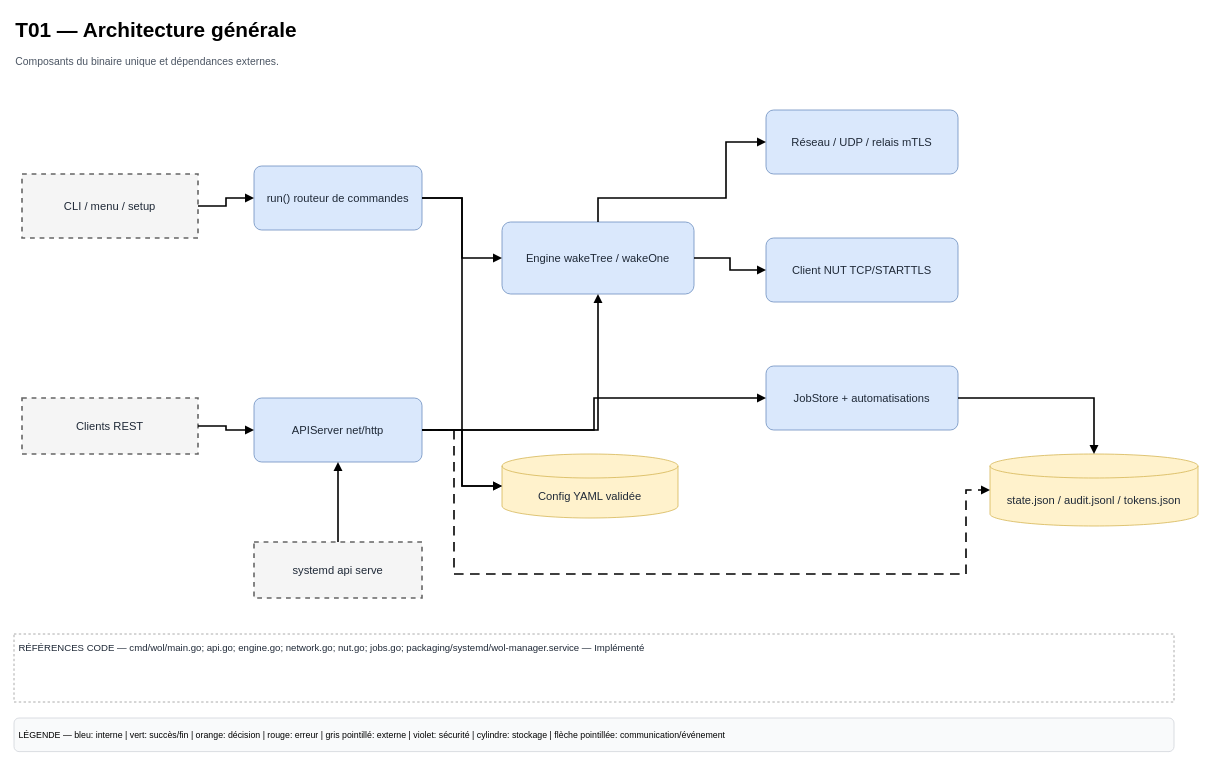
Above: page "T01 — Architecture générale" (1 of 18) of docs/diagrams/WoL-Manager-Technique.drawio in HaasGa-Factory/WOL-Manager (draw.io), before the change. Source tidied: cells renumbered, new cells numbered last; positions are measured from the earlier drawing's top-left corner, leaving out a move shared by most shapes. Both pictures are drawn from the tidied source at 80%, with x=0, y=0 at pixel (14, 14).
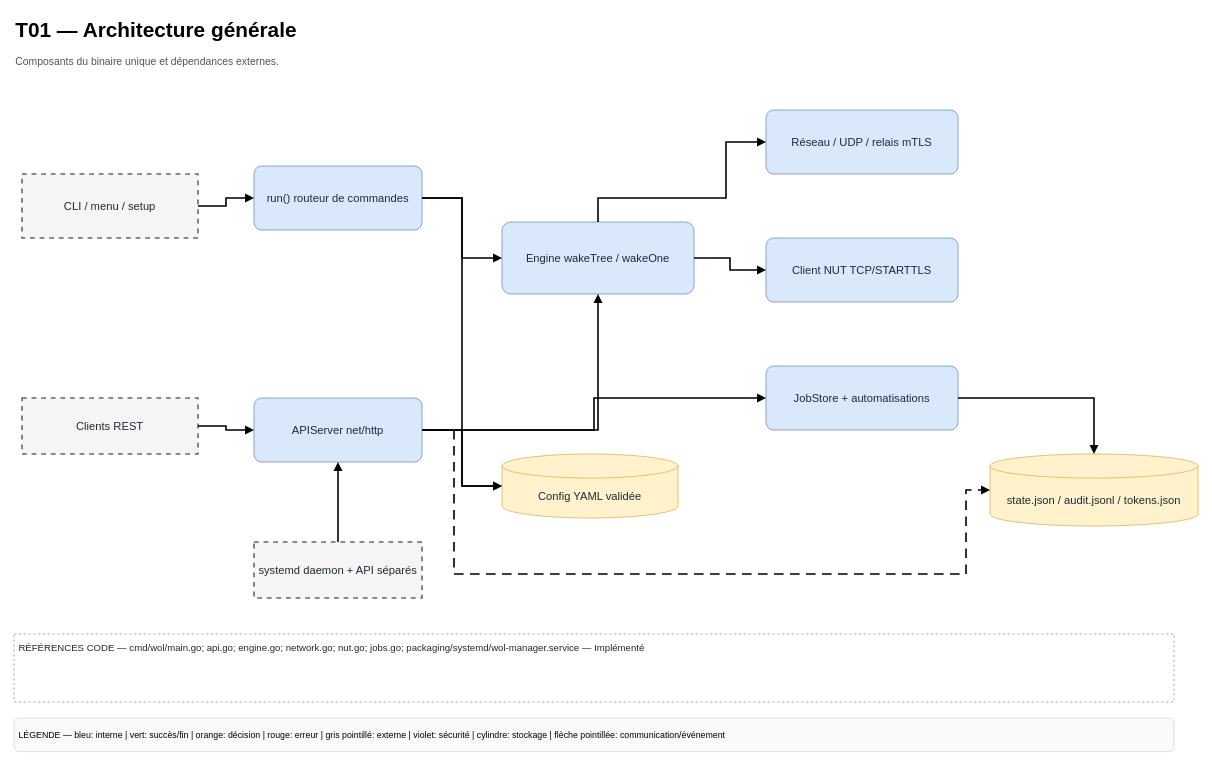
After the change.

Diff of the diagram source:
```diff
@@
-    <mxCell id="16" value="systemd&amp;#xa;api serve" style="whiteSpace=wrap;html=1;fillColor=#f5f5f5;strokeColor=#666666;fontSize=14;fontColor=#1f2937;align=center;verticalAlign=middle;spacing=6;shadow=0;rounded=0;strokeWidth=2;dashed=1;" parent="1" vertex="1">
+    <mxCell id="16" value="systemd&amp;#xa;daemon + API séparés" style="whiteSpace=wrap;html=1;fillColor=#f5f5f5;strokeColor=#666666;fontSize=14;fontColor=#1f2937;align=center;verticalAlign=middle;spacing=6;shadow=0;rounded=0;strokeWidth=2;dashed=1;" parent="1" vertex="1">
       <mxGeometry x="300" y="660" width="210" height="70" as="geometry" />
     </mxCell>
```
